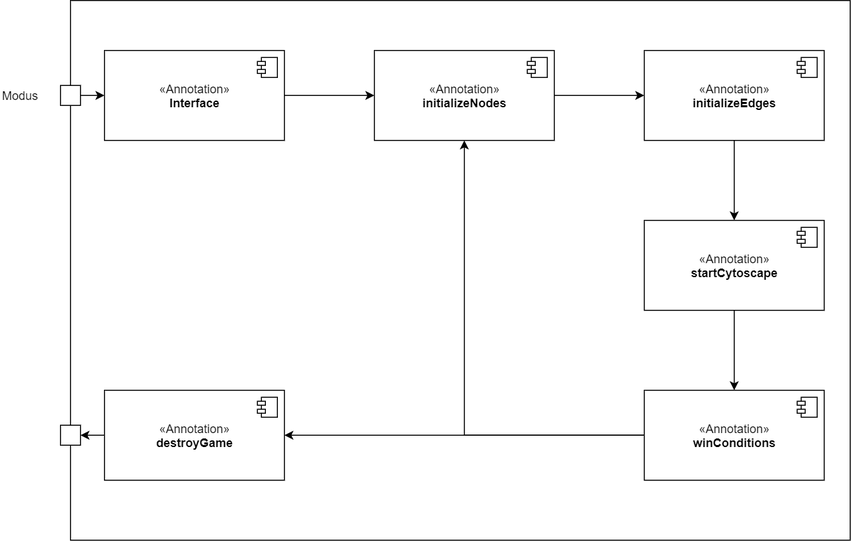
This is documentation/GameOverview.png from yasseen-salama/causal-inference-game, a draw.io export, as it was before one commit. Source tidied: cells renumbered, new cells last; positions are measured from the earlier drawing's top-left corner, leaving out a move shared by most shapes. Its diagram source:
```xml
<mxGraphModel>
  <root>
    <mxCell id="0" />
    <mxCell id="1" parent="0" />
    <mxCell id="2" style="rounded=0;whiteSpace=wrap;html=1;" parent="1" vertex="1">
      <mxGeometry x="70" width="780" height="540" as="geometry" />
    </mxCell>
    <mxCell id="3" style="edgeStyle=orthogonalEdgeStyle;rounded=0;jettySize=auto;html=1;entryX=0;entryY=0.5;entryDx=0;entryDy=0;" parent="1" edge="1" source="4" target="7">
      <mxGeometry relative="1" as="geometry" />
    </mxCell>
    <mxCell id="4" value="«Annotation»&lt;br&gt;&lt;b&gt;Interface&lt;/b&gt;" style="html=1;" parent="1" vertex="1">
      <mxGeometry x="104" y="50" width="180" height="90" as="geometry" />
    </mxCell>
    <mxCell id="5" style="shape=module;jettyWidth=8;jettyHeight=4;" parent="4" vertex="1">
      <mxGeometry x="1" width="20" height="20" relative="1" as="geometry">
        <mxPoint x="-27" y="7" as="offset" />
      </mxGeometry>
    </mxCell>
    <mxCell id="6" style="edgeStyle=orthogonalEdgeStyle;rounded=0;jettySize=auto;html=1;entryX=0;entryY=0.5;entryDx=0;entryDy=0;" parent="1" edge="1" source="7" target="10">
      <mxGeometry relative="1" as="geometry" />
    </mxCell>
    <mxCell id="7" value="«Annotation»&lt;br&gt;&lt;b&gt;initializeNodes&lt;/b&gt;" style="html=1;" parent="1" vertex="1">
      <mxGeometry x="374" y="50" width="180" height="90" as="geometry" />
    </mxCell>
    <mxCell id="8" style="shape=module;jettyWidth=8;jettyHeight=4;" parent="7" vertex="1">
      <mxGeometry x="1" width="20" height="20" relative="1" as="geometry">
        <mxPoint x="-27" y="7" as="offset" />
      </mxGeometry>
    </mxCell>
    <mxCell id="9" style="edgeStyle=orthogonalEdgeStyle;rounded=0;jettySize=auto;html=1;" parent="1" edge="1" source="10" target="13">
      <mxGeometry relative="1" as="geometry" />
    </mxCell>
    <mxCell id="10" value="«Annotation»&lt;br&gt;&lt;b&gt;initializeEdges&lt;/b&gt;" style="html=1;" parent="1" vertex="1">
      <mxGeometry x="644" y="50" width="180" height="90" as="geometry" />
    </mxCell>
    <mxCell id="11" style="shape=module;jettyWidth=8;jettyHeight=4;" parent="10" vertex="1">
      <mxGeometry x="1" width="20" height="20" relative="1" as="geometry">
        <mxPoint x="-27" y="7" as="offset" />
      </mxGeometry>
    </mxCell>
    <mxCell id="12" style="edgeStyle=orthogonalEdgeStyle;rounded=0;jettySize=auto;html=1;" parent="1" edge="1" source="13" target="17">
      <mxGeometry relative="1" as="geometry" />
    </mxCell>
    <mxCell id="13" value="«Annotation»&lt;br&gt;&lt;b&gt;startCytoscape&lt;/b&gt;" style="html=1;" parent="1" vertex="1">
      <mxGeometry x="644" y="220" width="180" height="90" as="geometry" />
    </mxCell>
    <mxCell id="14" style="shape=module;jettyWidth=8;jettyHeight=4;" parent="13" vertex="1">
      <mxGeometry x="1" width="20" height="20" relative="1" as="geometry">
        <mxPoint x="-27" y="7" as="offset" />
      </mxGeometry>
    </mxCell>
    <mxCell id="15" style="edgeStyle=orthogonalEdgeStyle;rounded=0;jettySize=auto;html=1;entryX=0.5;entryY=1;entryDx=0;entryDy=0;" parent="1" edge="1" source="17" target="7">
      <mxGeometry relative="1" as="geometry" />
    </mxCell>
    <mxCell id="16" style="edgeStyle=orthogonalEdgeStyle;rounded=0;jettySize=auto;html=1;entryX=1;entryY=0.5;entryDx=0;entryDy=0;" parent="1" edge="1" source="17" target="20">
      <mxGeometry relative="1" as="geometry" />
    </mxCell>
    <mxCell id="17" value="«Annotation»&lt;br&gt;&lt;b&gt;winConditions&lt;/b&gt;" style="html=1;" parent="1" vertex="1">
      <mxGeometry x="644" y="390" width="180" height="90" as="geometry" />
    </mxCell>
    <mxCell id="18" style="shape=module;jettyWidth=8;jettyHeight=4;" parent="17" vertex="1">
      <mxGeometry x="1" width="20" height="20" relative="1" as="geometry">
        <mxPoint x="-27" y="7" as="offset" />
      </mxGeometry>
    </mxCell>
    <mxCell id="19" style="edgeStyle=orthogonalEdgeStyle;rounded=0;jettySize=auto;html=1;" parent="1" edge="1" source="20" target="24">
      <mxGeometry relative="1" as="geometry" />
    </mxCell>
    <mxCell id="20" value="«Annotation»&lt;br&gt;&lt;b&gt;destroyGame&lt;/b&gt;" style="html=1;" parent="1" vertex="1">
      <mxGeometry x="104" y="390" width="180" height="90" as="geometry" />
    </mxCell>
    <mxCell id="21" style="shape=module;jettyWidth=8;jettyHeight=4;" parent="20" vertex="1">
      <mxGeometry x="1" width="20" height="20" relative="1" as="geometry">
        <mxPoint x="-27" y="7" as="offset" />
      </mxGeometry>
    </mxCell>
    <mxCell id="22" style="edgeStyle=orthogonalEdgeStyle;rounded=0;jettySize=auto;html=1;" parent="1" edge="1" source="23" target="4">
      <mxGeometry relative="1" as="geometry" />
    </mxCell>
    <mxCell id="23" style="whiteSpace=wrap;html=1;" parent="1" vertex="1">
      <mxGeometry x="60" y="85" width="20" height="20" as="geometry" />
    </mxCell>
    <mxCell id="24" style="whiteSpace=wrap;html=1;" parent="1" vertex="1">
      <mxGeometry x="60" y="425" width="20" height="20" as="geometry" />
    </mxCell>
    <mxCell id="25" value="Modus" style="text;html=1;strokeColor=none;fillColor=none;align=center;verticalAlign=middle;whiteSpace=wrap;rounded=0;" parent="1" vertex="1">
      <mxGeometry y="85" width="40" height="20" as="geometry" />
    </mxCell>
  </root>
</mxGraphModel>
```
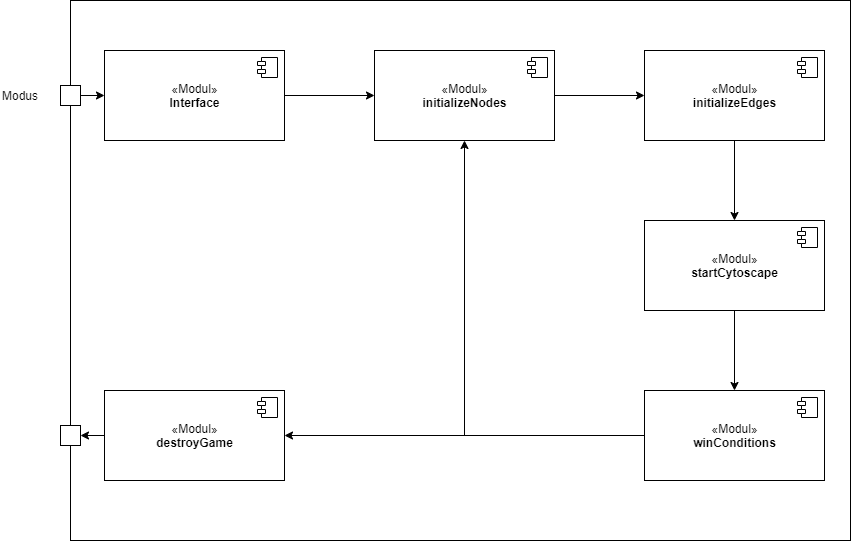
The same diagram one commit later.

Change to the diagram source:
```diff
@@ -8,7 +8,7 @@
     <mxCell id="3" style="edgeStyle=orthogonalEdgeStyle;rounded=0;jettySize=auto;html=1;entryX=0;entryY=0.5;entryDx=0;entryDy=0;" parent="1" edge="1" source="4" target="7">
       <mxGeometry relative="1" as="geometry" />
     </mxCell>
-    <mxCell id="4" value="«Annotation»&lt;br&gt;&lt;b&gt;Interface&lt;/b&gt;" style="html=1;" parent="1" vertex="1">
+    <mxCell id="4" value="«Modul»&lt;br&gt;&lt;b&gt;Interface&lt;/b&gt;" style="html=1;" parent="1" vertex="1">
       <mxGeometry x="104" y="50" width="180" height="90" as="geometry" />
     </mxCell>
     <mxCell id="5" style="shape=module;jettyWidth=8;jettyHeight=4;" parent="4" vertex="1">
@@ -19,7 +19,7 @@
     <mxCell id="6" style="edgeStyle=orthogonalEdgeStyle;rounded=0;jettySize=auto;html=1;entryX=0;entryY=0.5;entryDx=0;entryDy=0;" parent="1" edge="1" source="7" target="10">
       <mxGeometry relative="1" as="geometry" />
     </mxCell>
-    <mxCell id="7" value="«Annotation»&lt;br&gt;&lt;b&gt;initializeNodes&lt;/b&gt;" style="html=1;" parent="1" vertex="1">
+    <mxCell id="7" value="«Modul»&lt;br&gt;&lt;b&gt;initializeNodes&lt;/b&gt;" style="html=1;" parent="1" vertex="1">
       <mxGeometry x="374" y="50" width="180" height="90" as="geometry" />
     </mxCell>
     <mxCell id="8" style="shape=module;jettyWidth=8;jettyHeight=4;" parent="7" vertex="1">
@@ -30,7 +30,7 @@
     <mxCell id="9" style="edgeStyle=orthogonalEdgeStyle;rounded=0;jettySize=auto;html=1;" parent="1" edge="1" source="10" target="13">
       <mxGeometry relative="1" as="geometry" />
     </mxCell>
-    <mxCell id="10" value="«Annotation»&lt;br&gt;&lt;b&gt;initializeEdges&lt;/b&gt;" style="html=1;" parent="1" vertex="1">
+    <mxCell id="10" value="«Modul»&lt;br&gt;&lt;b&gt;initializeEdges&lt;/b&gt;" style="html=1;" parent="1" vertex="1">
       <mxGeometry x="644" y="50" width="180" height="90" as="geometry" />
     </mxCell>
     <mxCell id="11" style="shape=module;jettyWidth=8;jettyHeight=4;" parent="10" vertex="1">
@@ -41,7 +41,7 @@
     <mxCell id="12" style="edgeStyle=orthogonalEdgeStyle;rounded=0;jettySize=auto;html=1;" parent="1" edge="1" source="13" target="17">
       <mxGeometry relative="1" as="geometry" />
     </mxCell>
-    <mxCell id="13" value="«Annotation»&lt;br&gt;&lt;b&gt;startCytoscape&lt;/b&gt;" style="html=1;" parent="1" vertex="1">
+    <mxCell id="13" value="«Modul»&lt;br&gt;&lt;b&gt;startCytoscape&lt;/b&gt;" style="html=1;" parent="1" vertex="1">
       <mxGeometry x="644" y="220" width="180" height="90" as="geometry" />
     </mxCell>
     <mxCell id="14" style="shape=module;jettyWidth=8;jettyHeight=4;" parent="13" vertex="1">
@@ -55,7 +55,7 @@
     <mxCell id="16" style="edgeStyle=orthogonalEdgeStyle;rounded=0;jettySize=auto;html=1;entryX=1;entryY=0.5;entryDx=0;entryDy=0;" parent="1" edge="1" source="17" target="20">
       <mxGeometry relative="1" as="geometry" />
     </mxCell>
-    <mxCell id="17" value="«Annotation»&lt;br&gt;&lt;b&gt;winConditions&lt;/b&gt;" style="html=1;" parent="1" vertex="1">
+    <mxCell id="17" value="«Modul»&lt;br&gt;&lt;b&gt;winConditions&lt;/b&gt;" style="html=1;" parent="1" vertex="1">
       <mxGeometry x="644" y="390" width="180" height="90" as="geometry" />
     </mxCell>
     <mxCell id="18" style="shape=module;jettyWidth=8;jettyHeight=4;" parent="17" vertex="1">
@@ -66,7 +66,7 @@
     <mxCell id="19" style="edgeStyle=orthogonalEdgeStyle;rounded=0;jettySize=auto;html=1;" parent="1" edge="1" source="20" target="24">
       <mxGeometry relative="1" as="geometry" />
     </mxCell>
-    <mxCell id="20" value="«Annotation»&lt;br&gt;&lt;b&gt;destroyGame&lt;/b&gt;" style="html=1;" parent="1" vertex="1">
+    <mxCell id="20" value="«Modul»&lt;br&gt;&lt;b&gt;destroyGame&lt;/b&gt;" style="html=1;" parent="1" vertex="1">
       <mxGeometry x="104" y="390" width="180" height="90" as="geometry" />
     </mxCell>
     <mxCell id="21" style="shape=module;jettyWidth=8;jettyHeight=4;" parent="20" vertex="1">
```
